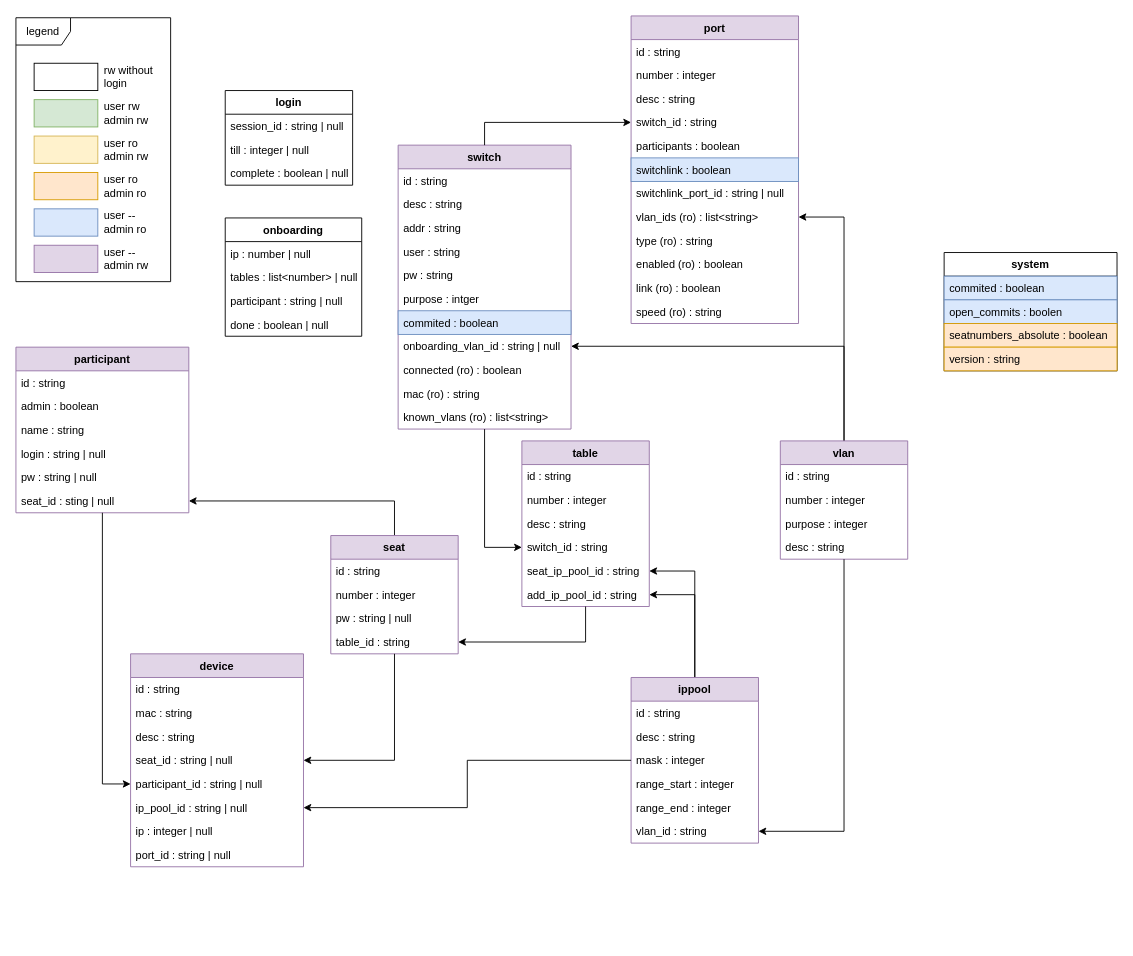
nils-ost/LanPartyOnboardingSystem keeps this draw.io diagram as docs/api.drawio. Above is the earlier version. Source tidied: cells renumbered, new cells numbered last; positions are measured from the earlier drawing's top-left corner, leaving out a move shared by most shapes. Both pictures are drawn from the tidied source at 91%, with x=0, y=0 at pixel (15, 15).
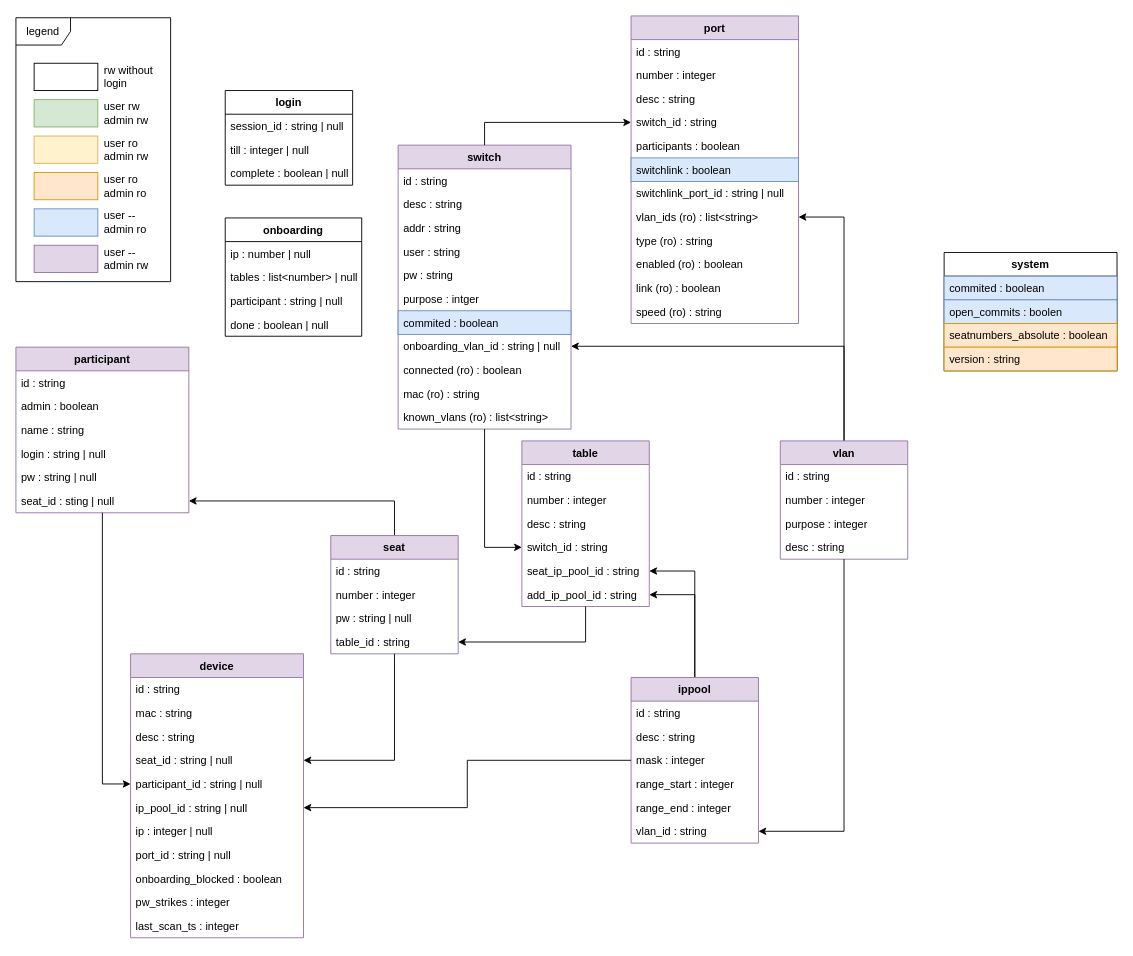
Above is the later version.

Diff of the diagram source:
```diff
@@
     <mxCell id="57" value="device" style="swimlane;fontStyle=1;horizontal=1;startSize=26;fillColor=#e1d5e7;strokeColor=#9673a6;" parent="1" vertex="1">
-      <mxGeometry x="126" y="701" width="190" height="234" as="geometry" />
+      <mxGeometry x="126" y="701" width="190" height="312" as="geometry" />
     </mxCell>
@@
+    <mxCell id="101" value="onboarding_blocked : boolean" style="text;strokeColor=none;fillColor=none;align=left;verticalAlign=top;spacingLeft=4;spacingRight=4;overflow=hidden;" parent="57" vertex="1">
+      <mxGeometry y="234" width="190" height="26" as="geometry" />
+    </mxCell>
+    <mxCell id="102" value="pw_strikes : integer" style="text;strokeColor=none;fillColor=none;align=left;verticalAlign=top;spacingLeft=4;spacingRight=4;overflow=hidden;" parent="57" vertex="1">
+      <mxGeometry y="260" width="190" height="26" as="geometry" />
+    </mxCell>
+    <mxCell id="103" value="last_scan_ts : integer" style="text;strokeColor=none;fillColor=none;align=left;verticalAlign=top;spacingLeft=4;spacingRight=4;overflow=hidden;" parent="57" vertex="1">
+      <mxGeometry y="286" width="190" height="26" as="geometry" />
+    </mxCell>
```
